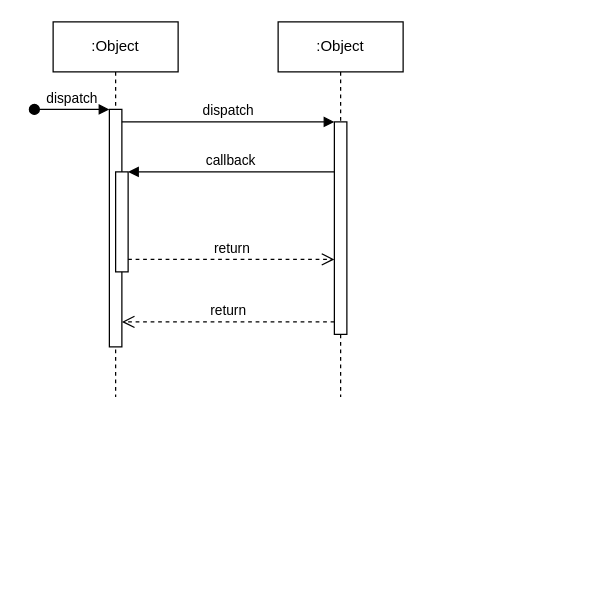
This is Biểu đồ không có tiêu đề.drawio from SangVuxx/UML, a draw.io file, before an edit. Source tidied: cells renumbered, new cells numbered last; positions are measured from the earlier drawing's top-left corner, leaving out a move shared by most shapes. Both pictures are drawn from the tidied source at 125%, with x=0, y=0 at pixel (34, 21).
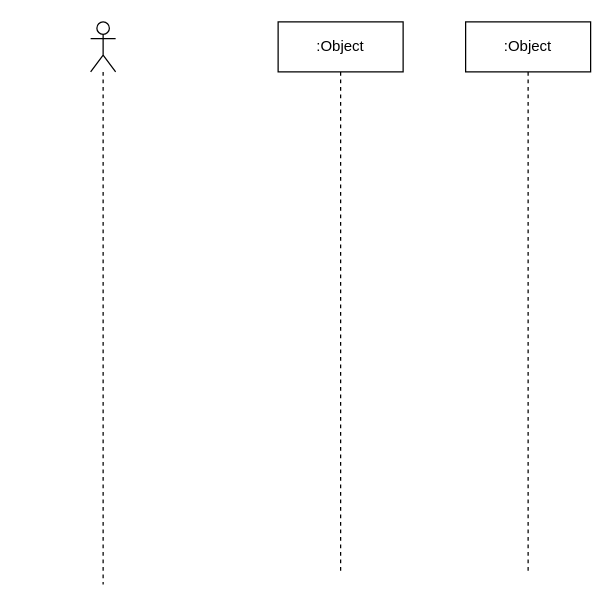
The same diagram, later.

Commit message:
SQ_Diagram_MB2HandShop

The edit, as a diff of the source:
```diff
@@
 <mxGraphModel>
   <root>
     <mxCell id="0" />
     <mxCell id="1" parent="0" />
+    <mxCell id="6" value=":Object" style="shape=umlLifeline;perimeter=lifelinePerimeter;whiteSpace=wrap;html=1;newEdgeStyle={&quot;edgeStyle&quot;:&quot;elbowEdgeStyle&quot;,&quot;elbow&quot;:&quot;vertical&quot;,&quot;curved&quot;:0,&quot;rounded&quot;:0};" parent="1" vertex="1">
+      <mxGeometry x="195" width="100" height="440" as="geometry" />
+    </mxCell>
+    <mxCell id="12" style="shape=umlLifeline;perimeter=lifelinePerimeter;whiteSpace=wrap;html=1;newEdgeStyle={&quot;edgeStyle&quot;:&quot;elbowEdgeStyle&quot;,&quot;elbow&quot;:&quot;vertical&quot;,&quot;curved&quot;:0,&quot;rounded&quot;:0};participant=umlActor;" parent="1" vertex="1">
+      <mxGeometry x="45" width="20" height="450" as="geometry" />
+    </mxCell>
     <mxCell id="2" value=":Object" style="shape=umlLifeline;perimeter=lifelinePerimeter;whiteSpace=wrap;html=1;newEdgeStyle={&quot;edgeStyle&quot;:&quot;elbowEdgeStyle&quot;,&quot;elbow&quot;:&quot;vertical&quot;,&quot;curved&quot;:0,&quot;rounded&quot;:0};" parent="1" vertex="1">
-      <mxGeometry x="15" width="100" height="300" as="geometry" />
+      <mxGeometry x="345" width="100" height="440" as="geometry" />
     </mxCell>
-    <mxCell id="3" style="html=1;points=[];perimeter=orthogonalPerimeter;outlineConnect=0;targetShapes=umlLifeline;portConstraint=eastwest;newEdgeStyle={&quot;edgeStyle&quot;:&quot;elbowEdgeStyle&quot;,&quot;elbow&quot;:&quot;vertical&quot;,&quot;curved&quot;:0,&quot;rounded&quot;:0};" parent="2" vertex="1">
-      <mxGeometry x="45" y="70" width="10" height="190" as="geometry" />
-    </mxCell>
-    <mxCell id="4" value="dispatch" style="html=1;verticalAlign=bottom;startArrow=oval;endArrow=block;startSize=8;edgeStyle=elbowEdgeStyle;elbow=vertical;curved=0;rounded=0;" parent="2" edge="1" target="3">
-      <mxGeometry relative="1" as="geometry">
-        <mxPoint x="-15" y="70" as="sourcePoint" />
-      </mxGeometry>
-    </mxCell>
-    <mxCell id="5" style="html=1;points=[];perimeter=orthogonalPerimeter;outlineConnect=0;targetShapes=umlLifeline;portConstraint=eastwest;newEdgeStyle={&quot;edgeStyle&quot;:&quot;elbowEdgeStyle&quot;,&quot;elbow&quot;:&quot;vertical&quot;,&quot;curved&quot;:0,&quot;rounded&quot;:0};" parent="2" vertex="1">
-      <mxGeometry x="50" y="120" width="10" height="80" as="geometry" />
-    </mxCell>
-    <mxCell id="6" value=":Object" style="shape=umlLifeline;perimeter=lifelinePerimeter;whiteSpace=wrap;html=1;newEdgeStyle={&quot;edgeStyle&quot;:&quot;elbowEdgeStyle&quot;,&quot;elbow&quot;:&quot;vertical&quot;,&quot;curved&quot;:0,&quot;rounded&quot;:0};" parent="1" vertex="1">
-      <mxGeometry x="195" width="100" height="300" as="geometry" />
-    </mxCell>
-    <mxCell id="7" style="html=1;points=[];perimeter=orthogonalPerimeter;outlineConnect=0;targetShapes=umlLifeline;portConstraint=eastwest;newEdgeStyle={&quot;edgeStyle&quot;:&quot;elbowEdgeStyle&quot;,&quot;elbow&quot;:&quot;vertical&quot;,&quot;curved&quot;:0,&quot;rounded&quot;:0};" parent="6" vertex="1">
-      <mxGeometry x="45" y="80" width="10" height="170" as="geometry" />
-    </mxCell>
-    <mxCell id="8" value="dispatch" style="html=1;verticalAlign=bottom;endArrow=block;edgeStyle=elbowEdgeStyle;elbow=vertical;curved=0;rounded=0;" parent="1" edge="1" source="3" target="7">
-      <mxGeometry relative="1" as="geometry">
-        <Array as="points">
-          <mxPoint x="155" y="80" />
-        </Array>
-      </mxGeometry>
-    </mxCell>
-    <mxCell id="9" value="return" style="html=1;verticalAlign=bottom;endArrow=open;dashed=1;endSize=8;edgeStyle=elbowEdgeStyle;elbow=vertical;curved=0;rounded=0;" parent="1" edge="1" source="7" target="3">
-      <mxGeometry relative="1" as="geometry">
-        <Array as="points">
-          <mxPoint x="165" y="240" />
-        </Array>
-      </mxGeometry>
-    </mxCell>
-    <mxCell id="10" value="callback" style="html=1;verticalAlign=bottom;endArrow=block;edgeStyle=elbowEdgeStyle;elbow=vertical;curved=0;rounded=0;" parent="1" edge="1" source="7" target="5">
-      <mxGeometry relative="1" as="geometry">
-        <Array as="points">
-          <mxPoint x="165" y="120" />
-        </Array>
-      </mxGeometry>
-    </mxCell>
-    <mxCell id="11" value="return" style="html=1;verticalAlign=bottom;endArrow=open;dashed=1;endSize=8;edgeStyle=elbowEdgeStyle;elbow=vertical;curved=0;rounded=0;" parent="1" edge="1" source="5" target="7">
-      <mxGeometry relative="1" as="geometry">
-        <Array as="points">
-          <mxPoint x="155" y="190" />
-        </Array>
-      </mxGeometry>
-    </mxCell>
   </root>
 </mxGraphModel>
```
